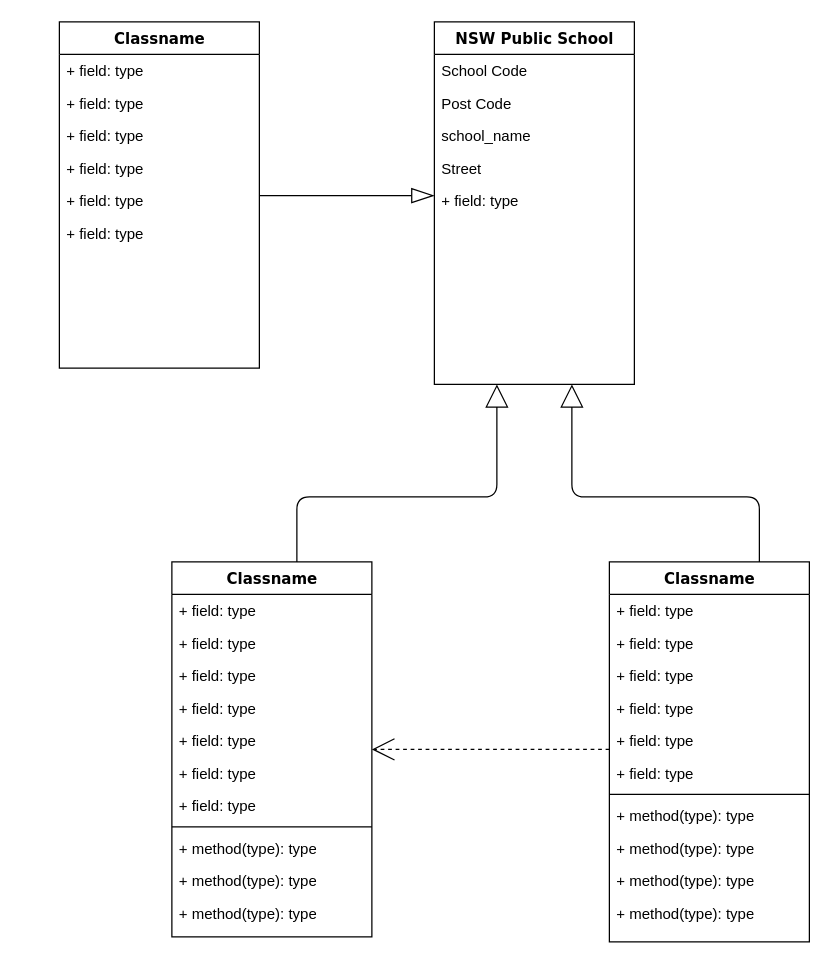
Earlier version of the draw.io diagram Untitled Diagram.drawio (slng09/industrial-connect-onboarding-task). Source tidied: cells renumbered, new cells numbered last; positions are measured from the earlier drawing's top-left corner, leaving out a move shared by most shapes. Both pictures are drawn from the tidied source at 125%, with x=0, y=0 at pixel (59, 21).
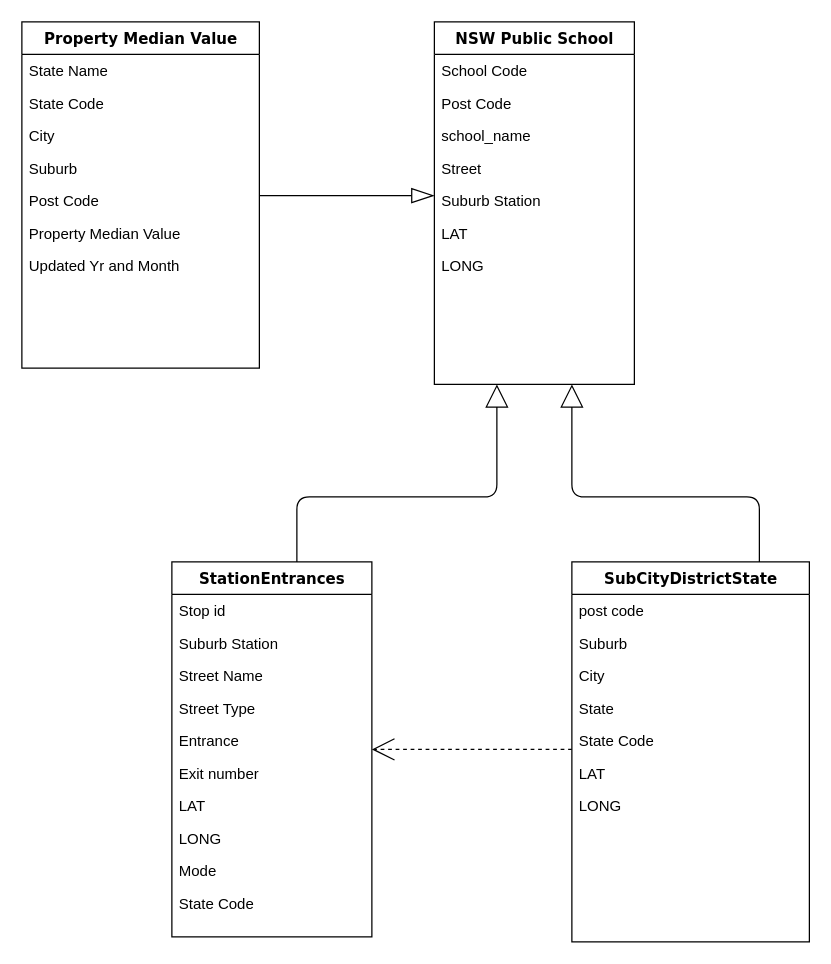
The same diagram, later.

Unchanged cells that the change refers to:
```xml
<mxCell id="10" value="NSW Public School" style="swimlane;html=1;fontStyle=1;align=center;verticalAlign=top;horizontal=1;startSize=26;swimlaneFillColor=#ffffff;rounded=0;shadow=0;comic=0;labelBackgroundColor=none;strokeWidth=1;fillColor=none;fontFamily=Verdana;fontSize=12;" parent="1" vertex="1">
  <mxGeometry x="300" width="160" height="290" as="geometry" />
</mxCell>
```

Change to the diagram source:
```diff
@@
-    <mxCell id="3" value="Classname" style="swimlane;html=1;fontStyle=1;align=center;verticalAlign=top;horizontal=1;startSize=26;swimlaneFillColor=#ffffff;rounded=0;shadow=0;comic=0;labelBackgroundColor=none;strokeWidth=1;fillColor=none;fontFamily=Verdana;fontSize=12;" parent="1" vertex="1">
-      <mxGeometry width="160" height="277" as="geometry" />
+    <mxCell id="3" value="Property Median Value" style="swimlane;html=1;fontStyle=1;align=center;verticalAlign=top;horizontal=1;startSize=26;swimlaneFillColor=#ffffff;rounded=0;shadow=0;comic=0;labelBackgroundColor=none;strokeWidth=1;fillColor=none;fontFamily=Verdana;fontSize=12;" parent="1" vertex="1">
+      <mxGeometry x="-30" width="190" height="277" as="geometry" />
     </mxCell>
-    <mxCell id="4" value="+ field: type" style="text;html=1;strokeColor=none;fillColor=none;align=left;verticalAlign=top;spacingLeft=4;spacingRight=4;whiteSpace=wrap;overflow=hidden;" parent="3" vertex="1">
-      <mxGeometry y="26" width="160" height="26" as="geometry" />
+    <mxCell id="4" value="State Name" style="text;html=1;strokeColor=none;fillColor=none;align=left;verticalAlign=top;spacingLeft=4;spacingRight=4;whiteSpace=wrap;overflow=hidden;" parent="3" vertex="1">
+      <mxGeometry y="26" width="190" height="26" as="geometry" />
     </mxCell>
-    <mxCell id="5" value="+ field: type" style="text;html=1;strokeColor=none;fillColor=none;align=left;verticalAlign=top;spacingLeft=4;spacingRight=4;whiteSpace=wrap;overflow=hidden;" parent="3" vertex="1">
-      <mxGeometry y="52" width="160" height="26" as="geometry" />
+    <mxCell id="5" value="State Code" style="text;html=1;strokeColor=none;fillColor=none;align=left;verticalAlign=top;spacingLeft=4;spacingRight=4;whiteSpace=wrap;overflow=hidden;" parent="3" vertex="1">
+      <mxGeometry y="52" width="190" height="26" as="geometry" />
     </mxCell>
-    <mxCell id="6" value="+ field: type" style="text;html=1;strokeColor=none;fillColor=none;align=left;verticalAlign=top;spacingLeft=4;spacingRight=4;whiteSpace=wrap;overflow=hidden;" parent="3" vertex="1">
-      <mxGeometry y="78" width="160" height="26" as="geometry" />
+    <mxCell id="6" value="City&amp;nbsp;" style="text;html=1;strokeColor=none;fillColor=none;align=left;verticalAlign=top;spacingLeft=4;spacingRight=4;whiteSpace=wrap;overflow=hidden;" parent="3" vertex="1">
+      <mxGeometry y="78" width="190" height="26" as="geometry" />
     </mxCell>
-    <mxCell id="7" value="+ field: type" style="text;html=1;strokeColor=none;fillColor=none;align=left;verticalAlign=top;spacingLeft=4;spacingRight=4;whiteSpace=wrap;overflow=hidden;" parent="3" vertex="1">
-      <mxGeometry y="104" width="160" height="26" as="geometry" />
+    <mxCell id="7" value="Suburb" style="text;html=1;strokeColor=none;fillColor=none;align=left;verticalAlign=top;spacingLeft=4;spacingRight=4;whiteSpace=wrap;overflow=hidden;" parent="3" vertex="1">
+      <mxGeometry y="104" width="190" height="26" as="geometry" />
     </mxCell>
-    <mxCell id="8" value="+ field: type" style="text;html=1;strokeColor=none;fillColor=none;align=left;verticalAlign=top;spacingLeft=4;spacingRight=4;whiteSpace=wrap;overflow=hidden;" parent="3" vertex="1">
-      <mxGeometry y="130" width="160" height="26" as="geometry" />
+    <mxCell id="8" value="Post Code" style="text;html=1;strokeColor=none;fillColor=none;align=left;verticalAlign=top;spacingLeft=4;spacingRight=4;whiteSpace=wrap;overflow=hidden;" parent="3" vertex="1">
+      <mxGeometry y="130" width="190" height="26" as="geometry" />
     </mxCell>
-    <mxCell id="9" value="+ field: type" style="text;html=1;strokeColor=none;fillColor=none;align=left;verticalAlign=top;spacingLeft=4;spacingRight=4;whiteSpace=wrap;overflow=hidden;" parent="3" vertex="1">
-      <mxGeometry y="156" width="160" height="26" as="geometry" />
+    <mxCell id="9" value="Property Median Value" style="text;html=1;strokeColor=none;fillColor=none;align=left;verticalAlign=top;spacingLeft=4;spacingRight=4;whiteSpace=wrap;overflow=hidden;" parent="3" vertex="1">
+      <mxGeometry y="156" width="190" height="26" as="geometry" />
     </mxCell>
+    <mxCell id="43" value="Updated Yr and Month" style="text;html=1;strokeColor=none;fillColor=none;align=left;verticalAlign=top;spacingLeft=4;spacingRight=4;whiteSpace=wrap;overflow=hidden;" parent="3" vertex="1">
+      <mxGeometry y="182" width="190" height="26" as="geometry" />
+    </mxCell>
@@
-    <mxCell id="15" value="+ field: type" style="text;html=1;strokeColor=none;fillColor=none;align=left;verticalAlign=top;spacingLeft=4;spacingRight=4;whiteSpace=wrap;overflow=hidden;" parent="10" vertex="1">
+    <mxCell id="15" value="Suburb Station" style="text;html=1;strokeColor=none;fillColor=none;align=left;verticalAlign=top;spacingLeft=4;spacingRight=4;whiteSpace=wrap;overflow=hidden;" parent="10" vertex="1">
       <mxGeometry y="130" width="160" height="26" as="geometry" />
     </mxCell>
+    <mxCell id="44" value="LAT" style="text;html=1;strokeColor=none;fillColor=none;align=left;verticalAlign=top;spacingLeft=4;spacingRight=4;whiteSpace=wrap;overflow=hidden;" parent="10" vertex="1">
+      <mxGeometry y="156" width="160" height="26" as="geometry" />
+    </mxCell>
+    <mxCell id="45" value="LONG" style="text;html=1;strokeColor=none;fillColor=none;align=left;verticalAlign=top;spacingLeft=4;spacingRight=4;whiteSpace=wrap;overflow=hidden;" parent="10" vertex="1">
+      <mxGeometry y="182" width="160" height="26" as="geometry" />
+    </mxCell>
@@
-    <mxCell id="17" value="Classname" style="swimlane;html=1;fontStyle=1;align=center;verticalAlign=top;horizontal=1;startSize=26;swimlaneFillColor=#ffffff;rounded=0;shadow=0;comic=0;labelBackgroundColor=none;strokeWidth=1;fillColor=none;fontFamily=Verdana;fontSize=12;" parent="1" vertex="1">
+    <mxCell id="17" value="StationEntrances" style="swimlane;html=1;fontStyle=1;align=center;verticalAlign=top;horizontal=1;startSize=26;swimlaneFillColor=#ffffff;rounded=0;shadow=0;comic=0;labelBackgroundColor=none;strokeWidth=1;fillColor=none;fontFamily=Verdana;fontSize=12;" parent="1" vertex="1">
       <mxGeometry x="90" y="432" width="160" height="300" as="geometry" />
     </mxCell>
-    <mxCell id="18" value="+ field: type" style="text;html=1;strokeColor=none;fillColor=none;align=left;verticalAlign=top;spacingLeft=4;spacingRight=4;whiteSpace=wrap;overflow=hidden;" parent="17" vertex="1">
+    <mxCell id="18" value="Stop id" style="text;html=1;strokeColor=none;fillColor=none;align=left;verticalAlign=top;spacingLeft=4;spacingRight=4;whiteSpace=wrap;overflow=hidden;" parent="17" vertex="1">
       <mxGeometry y="26" width="160" height="26" as="geometry" />
     </mxCell>
-    <mxCell id="19" value="+ field: type" style="text;html=1;strokeColor=none;fillColor=none;align=left;verticalAlign=top;spacingLeft=4;spacingRight=4;whiteSpace=wrap;overflow=hidden;" parent="17" vertex="1">
+    <mxCell id="19" value="Suburb Station" style="text;html=1;strokeColor=none;fillColor=none;align=left;verticalAlign=top;spacingLeft=4;spacingRight=4;whiteSpace=wrap;overflow=hidden;" parent="17" vertex="1">
       <mxGeometry y="52" width="160" height="26" as="geometry" />
     </mxCell>
-    <mxCell id="20" value="+ field: type" style="text;html=1;strokeColor=none;fillColor=none;align=left;verticalAlign=top;spacingLeft=4;spacingRight=4;whiteSpace=wrap;overflow=hidden;" parent="17" vertex="1">
+    <mxCell id="20" value="Street Name" style="text;html=1;strokeColor=none;fillColor=none;align=left;verticalAlign=top;spacingLeft=4;spacingRight=4;whiteSpace=wrap;overflow=hidden;" parent="17" vertex="1">
       <mxGeometry y="78" width="160" height="26" as="geometry" />
     </mxCell>
-    <mxCell id="21" value="+ field: type" style="text;html=1;strokeColor=none;fillColor=none;align=left;verticalAlign=top;spacingLeft=4;spacingRight=4;whiteSpace=wrap;overflow=hidden;" parent="17" vertex="1">
+    <mxCell id="21" value="Street Type" style="text;html=1;strokeColor=none;fillColor=none;align=left;verticalAlign=top;spacingLeft=4;spacingRight=4;whiteSpace=wrap;overflow=hidden;" parent="17" vertex="1">
       <mxGeometry y="104" width="160" height="26" as="geometry" />
     </mxCell>
-    <mxCell id="22" value="+ field: type" style="text;html=1;strokeColor=none;fillColor=none;align=left;verticalAlign=top;spacingLeft=4;spacingRight=4;whiteSpace=wrap;overflow=hidden;" parent="17" vertex="1">
+    <mxCell id="22" value="Entrance" style="text;html=1;strokeColor=none;fillColor=none;align=left;verticalAlign=top;spacingLeft=4;spacingRight=4;whiteSpace=wrap;overflow=hidden;" parent="17" vertex="1">
       <mxGeometry y="130" width="160" height="26" as="geometry" />
     </mxCell>
-    <mxCell id="23" value="+ field: type" style="text;html=1;strokeColor=none;fillColor=none;align=left;verticalAlign=top;spacingLeft=4;spacingRight=4;whiteSpace=wrap;overflow=hidden;" parent="17" vertex="1">
+    <mxCell id="23" value="Exit number" style="text;html=1;strokeColor=none;fillColor=none;align=left;verticalAlign=top;spacingLeft=4;spacingRight=4;whiteSpace=wrap;overflow=hidden;" parent="17" vertex="1">
       <mxGeometry y="156" width="160" height="26" as="geometry" />
     </mxCell>
+    <mxCell id="46" value="LAT" style="text;html=1;strokeColor=none;fillColor=none;align=left;verticalAlign=top;spacingLeft=4;spacingRight=4;whiteSpace=wrap;overflow=hidden;" parent="17" vertex="1">
+      <mxGeometry y="182" width="160" height="26" as="geometry" />
+    </mxCell>
+    <mxCell id="47" value="LONG" style="text;html=1;strokeColor=none;fillColor=none;align=left;verticalAlign=top;spacingLeft=4;spacingRight=4;whiteSpace=wrap;overflow=hidden;" parent="17" vertex="1">
+      <mxGeometry y="208" width="160" height="26" as="geometry" />
+    </mxCell>
-    <mxCell id="24" value="+ field: type" style="text;html=1;strokeColor=none;fillColor=none;align=left;verticalAlign=top;spacingLeft=4;spacingRight=4;whiteSpace=wrap;overflow=hidden;" parent="17" vertex="1">
-      <mxGeometry y="182" width="160" height="26" as="geometry" />
+    <mxCell id="24" value="Mode" style="text;html=1;strokeColor=none;fillColor=none;align=left;verticalAlign=top;spacingLeft=4;spacingRight=4;whiteSpace=wrap;overflow=hidden;" parent="17" vertex="1">
+      <mxGeometry y="234" width="160" height="26" as="geometry" />
     </mxCell>
-    <mxCell id="25" style="line;html=1;strokeWidth=1;fillColor=none;align=left;verticalAlign=middle;spacingTop=-1;spacingLeft=3;spacingRight=3;labelPosition=right;" parent="17" vertex="1">
-      <mxGeometry y="208" width="160" height="8" as="geometry" />
-    </mxCell>
-    <mxCell id="26" value="+ method(type): type" style="text;html=1;strokeColor=none;fillColor=none;align=left;verticalAlign=top;spacingLeft=4;spacingRight=4;whiteSpace=wrap;overflow=hidden;" parent="17" vertex="1">
-      <mxGeometry y="216" width="160" height="26" as="geometry" />
-    </mxCell>
-    <mxCell id="27" value="+ method(type): type" style="text;html=1;strokeColor=none;fillColor=none;align=left;verticalAlign=top;spacingLeft=4;spacingRight=4;whiteSpace=wrap;overflow=hidden;" parent="17" vertex="1">
-      <mxGeometry y="242" width="160" height="26" as="geometry" />
-    </mxCell>
-    <mxCell id="28" value="+ method(type): type" style="text;html=1;strokeColor=none;fillColor=none;align=left;verticalAlign=top;spacingLeft=4;spacingRight=4;whiteSpace=wrap;overflow=hidden;" parent="17" vertex="1">
-      <mxGeometry y="268" width="160" height="26" as="geometry" />
-    </mxCell>
+    <mxCell id="48" value="State Code" style="text;html=1;strokeColor=none;fillColor=none;align=left;verticalAlign=top;spacingLeft=4;spacingRight=4;whiteSpace=wrap;overflow=hidden;" parent="17" vertex="1">
+      <mxGeometry y="260" width="160" height="26" as="geometry" />
+    </mxCell>
-    <mxCell id="29" value="Classname" style="swimlane;html=1;fontStyle=1;align=center;verticalAlign=top;horizontal=1;startSize=26;swimlaneFillColor=#ffffff;rounded=0;shadow=0;comic=0;labelBackgroundColor=none;strokeWidth=1;fillColor=none;fontFamily=Verdana;fontSize=12;" parent="1" vertex="1">
-      <mxGeometry x="440" y="432" width="160" height="304" as="geometry" />
+    <mxCell id="29" value="SubCityDistrictState" style="swimlane;html=1;fontStyle=1;align=center;verticalAlign=top;horizontal=1;startSize=26;swimlaneFillColor=#ffffff;rounded=0;shadow=0;comic=0;labelBackgroundColor=none;strokeWidth=1;fillColor=none;fontFamily=Verdana;fontSize=12;" parent="1" vertex="1">
+      <mxGeometry x="410" y="432" width="190" height="304" as="geometry" />
     </mxCell>
-    <mxCell id="30" value="+ field: type" style="text;html=1;strokeColor=none;fillColor=none;align=left;verticalAlign=top;spacingLeft=4;spacingRight=4;whiteSpace=wrap;overflow=hidden;" parent="29" vertex="1">
-      <mxGeometry y="26" width="160" height="26" as="geometry" />
+    <mxCell id="30" value="post code" style="text;html=1;strokeColor=none;fillColor=none;align=left;verticalAlign=top;spacingLeft=4;spacingRight=4;whiteSpace=wrap;overflow=hidden;" parent="29" vertex="1">
+      <mxGeometry y="26" width="190" height="26" as="geometry" />
     </mxCell>
-    <mxCell id="31" value="+ field: type" style="text;html=1;strokeColor=none;fillColor=none;align=left;verticalAlign=top;spacingLeft=4;spacingRight=4;whiteSpace=wrap;overflow=hidden;" parent="29" vertex="1">
-      <mxGeometry y="52" width="160" height="26" as="geometry" />
+    <mxCell id="31" value="Suburb" style="text;html=1;strokeColor=none;fillColor=none;align=left;verticalAlign=top;spacingLeft=4;spacingRight=4;whiteSpace=wrap;overflow=hidden;" parent="29" vertex="1">
+      <mxGeometry y="52" width="190" height="26" as="geometry" />
     </mxCell>
-    <mxCell id="32" value="+ field: type" style="text;html=1;strokeColor=none;fillColor=none;align=left;verticalAlign=top;spacingLeft=4;spacingRight=4;whiteSpace=wrap;overflow=hidden;" parent="29" vertex="1">
-      <mxGeometry y="78" width="160" height="26" as="geometry" />
+    <mxCell id="32" value="City" style="text;html=1;strokeColor=none;fillColor=none;align=left;verticalAlign=top;spacingLeft=4;spacingRight=4;whiteSpace=wrap;overflow=hidden;" parent="29" vertex="1">
+      <mxGeometry y="78" width="190" height="26" as="geometry" />
     </mxCell>
-    <mxCell id="33" value="+ field: type" style="text;html=1;strokeColor=none;fillColor=none;align=left;verticalAlign=top;spacingLeft=4;spacingRight=4;whiteSpace=wrap;overflow=hidden;" parent="29" vertex="1">
-      <mxGeometry y="104" width="160" height="26" as="geometry" />
+    <mxCell id="33" value="State" style="text;html=1;strokeColor=none;fillColor=none;align=left;verticalAlign=top;spacingLeft=4;spacingRight=4;whiteSpace=wrap;overflow=hidden;" parent="29" vertex="1">
+      <mxGeometry y="104" width="190" height="26" as="geometry" />
     </mxCell>
-    <mxCell id="34" value="+ field: type" style="text;html=1;strokeColor=none;fillColor=none;align=left;verticalAlign=top;spacingLeft=4;spacingRight=4;whiteSpace=wrap;overflow=hidden;" parent="29" vertex="1">
-      <mxGeometry y="130" width="160" height="26" as="geometry" />
+    <mxCell id="34" value="State Code" style="text;html=1;strokeColor=none;fillColor=none;align=left;verticalAlign=top;spacingLeft=4;spacingRight=4;whiteSpace=wrap;overflow=hidden;" parent="29" vertex="1">
+      <mxGeometry y="130" width="190" height="26" as="geometry" />
     </mxCell>
-    <mxCell id="35" value="+ field: type" style="text;html=1;strokeColor=none;fillColor=none;align=left;verticalAlign=top;spacingLeft=4;spacingRight=4;whiteSpace=wrap;overflow=hidden;" parent="29" vertex="1">
-      <mxGeometry y="156" width="160" height="26" as="geometry" />
+    <mxCell id="35" value="LAT" style="text;html=1;strokeColor=none;fillColor=none;align=left;verticalAlign=top;spacingLeft=4;spacingRight=4;whiteSpace=wrap;overflow=hidden;" parent="29" vertex="1">
+      <mxGeometry y="156" width="190" height="26" as="geometry" />
     </mxCell>
-    <mxCell id="36" style="line;html=1;strokeWidth=1;fillColor=none;align=left;verticalAlign=middle;spacingTop=-1;spacingLeft=3;spacingRight=3;labelPosition=right;" parent="29" vertex="1">
-      <mxGeometry y="182" width="160" height="8" as="geometry" />
-    </mxCell>
-    <mxCell id="37" value="+ method(type): type" style="text;html=1;strokeColor=none;fillColor=none;align=left;verticalAlign=top;spacingLeft=4;spacingRight=4;whiteSpace=wrap;overflow=hidden;" parent="29" vertex="1">
-      <mxGeometry y="190" width="160" height="26" as="geometry" />
-    </mxCell>
-    <mxCell id="38" value="+ method(type): type" style="text;html=1;strokeColor=none;fillColor=none;align=left;verticalAlign=top;spacingLeft=4;spacingRight=4;whiteSpace=wrap;overflow=hidden;" parent="29" vertex="1">
-      <mxGeometry y="216" width="160" height="26" as="geometry" />
-    </mxCell>
-    <mxCell id="39" value="+ method(type): type" style="text;html=1;strokeColor=none;fillColor=none;align=left;verticalAlign=top;spacingLeft=4;spacingRight=4;whiteSpace=wrap;overflow=hidden;" parent="29" vertex="1">
-      <mxGeometry y="242" width="160" height="26" as="geometry" />
-    </mxCell>
-    <mxCell id="40" value="+ method(type): type" style="text;html=1;strokeColor=none;fillColor=none;align=left;verticalAlign=top;spacingLeft=4;spacingRight=4;whiteSpace=wrap;overflow=hidden;" parent="29" vertex="1">
-      <mxGeometry y="268" width="160" height="26" as="geometry" />
-    </mxCell>
+    <mxCell id="49" value="LONG" style="text;html=1;strokeColor=none;fillColor=none;align=left;verticalAlign=top;spacingLeft=4;spacingRight=4;whiteSpace=wrap;overflow=hidden;" parent="29" vertex="1">
+      <mxGeometry y="182" width="190" height="26" as="geometry" />
+    </mxCell>
```
